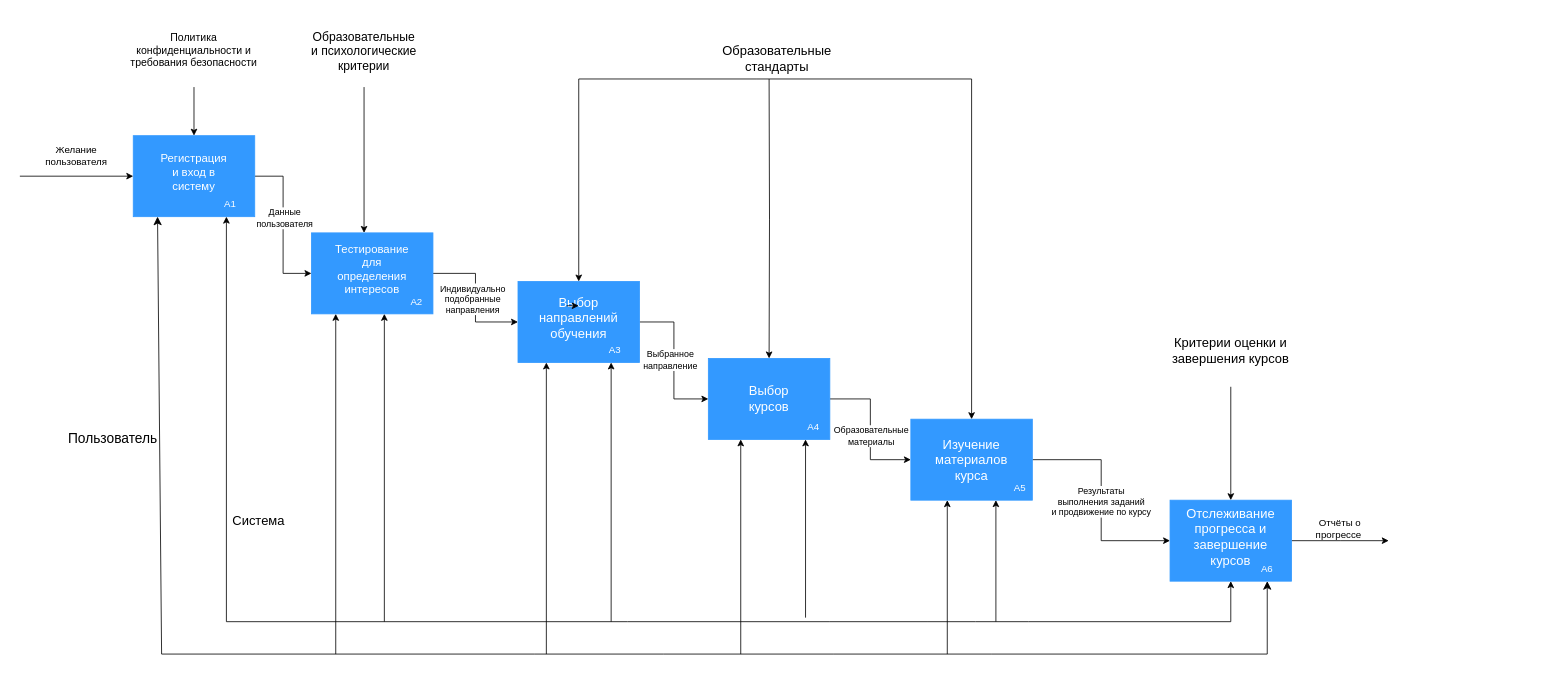
Before: IDEFA0.drawio in JoGustav/MobileApp, a draw.io diagram. Source tidied: cells renumbered, new cells numbered last; positions are measured from the earlier drawing's top-left corner, leaving out a move shared by most shapes. Both pictures are drawn from the tidied source at 81%, with x=0, y=0 at pixel (19, 14).
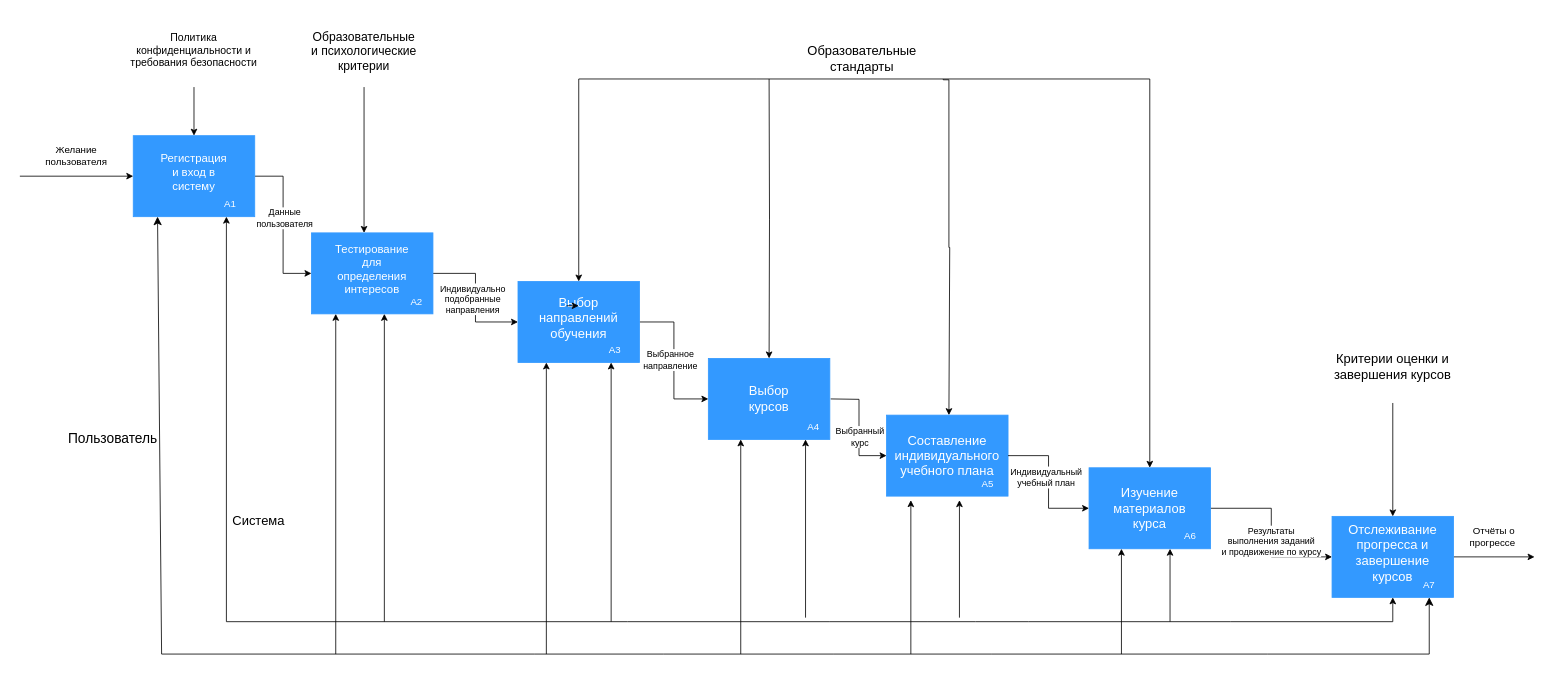
After the change.

Unchanged cells that the change refers to:
```xml
<mxCell id="14" style="rounded=0;whiteSpace=wrap;html=1;strokeColor=#3399FF;fillColor=#3399FF;" parent="1" vertex="1">
  <mxGeometry x="850" y="425" width="150" height="100" as="geometry" />
</mxCell>
<mxCell id="31" style="rounded=0;whiteSpace=wrap;html=1;strokeColor=#3399FF;fillColor=#3399FF;" parent="1" vertex="1">
  <mxGeometry x="615" y="330" width="150" height="100" as="geometry" />
</mxCell>
```

Change to the diagram source:
```diff
@@
-    <mxCell id="12" style="edgeStyle=orthogonalEdgeStyle;rounded=0;jettySize=auto;html=1;exitX=1;exitY=0.5;exitDx=0;exitDy=0;entryX=0;entryY=0.5;entryDx=0;entryDy=0;" parent="1" edge="1" source="14" target="19">
-      <mxGeometry relative="1" as="geometry" />
+    <mxCell id="12" style="edgeStyle=orthogonalEdgeStyle;rounded=0;jettySize=auto;html=1;exitX=1;exitY=0.5;exitDx=0;exitDy=0;entryX=0;entryY=0.5;entryDx=0;entryDy=0;" parent="1" edge="1" target="58">
+      <mxGeometry relative="1" as="geometry">
+        <mxPoint x="1001" y="475" as="sourcePoint" />
+      </mxGeometry>
     </mxCell>
-    <mxCell id="13" value="Образовательные&lt;div&gt;материалы&lt;/div&gt;" style="edgeLabel;html=1;align=center;verticalAlign=middle;" parent="12" vertex="1">
+    <mxCell id="13" value="Выбранный&lt;div&gt;курс&lt;/div&gt;" style="edgeLabel;html=1;align=center;verticalAlign=middle;" parent="12" vertex="1">
       <mxGeometry x="-0.24" y="1" relative="1" as="geometry">
         <mxPoint x="-1" y="28" as="offset" />
       </mxGeometry>
     </mxCell>
@@
-    <mxCell id="19" style="rounded=0;whiteSpace=wrap;html=1;strokeColor=#3399FF;fillColor=#3399FF;" parent="1" vertex="1">
-      <mxGeometry x="1100" y="500" width="150" height="100" as="geometry" />
-    </mxCell>
-    <mxCell id="20" value="&lt;font color=&quot;#ffffff&quot;&gt;A5&lt;/font&gt;" style="text;html=1;align=center;verticalAlign=middle;whiteSpace=wrap;rounded=0;" parent="1" vertex="1">
-      <mxGeometry x="1205" y="570" width="60" height="30" as="geometry" />
-    </mxCell>
-    <mxCell id="21" value="&lt;font style=&quot;font-size: 16px;&quot; color=&quot;#ffffff&quot;&gt;Изучение материалов курса&lt;/font&gt;" style="text;html=1;align=center;verticalAlign=middle;whiteSpace=wrap;rounded=0;" parent="1" vertex="1">
-      <mxGeometry x="1145" y="535" width="60" height="30" as="geometry" />
-    </mxCell>
     <mxCell id="22" style="edgeStyle=orthogonalEdgeStyle;rounded=0;jettySize=auto;html=1;" parent="1" edge="1" source="23">
       <mxGeometry relative="1" as="geometry">
-        <mxPoint x="1690" y="650" as="targetPoint" />
+        <mxPoint x="1870" y="670" as="targetPoint" />
       </mxGeometry>
     </mxCell>
     <mxCell id="23" style="rounded=0;whiteSpace=wrap;html=1;strokeColor=#3399FF;fillColor=#3399FF;" parent="1" vertex="1">
-      <mxGeometry x="1420" y="600" width="150" height="100" as="geometry" />
+      <mxGeometry x="1620" y="620" width="150" height="100" as="geometry" />
     </mxCell>
-    <mxCell id="24" value="&lt;font color=&quot;#ffffff&quot;&gt;A6&lt;/font&gt;" style="text;html=1;align=center;verticalAlign=middle;whiteSpace=wrap;rounded=0;" parent="1" vertex="1">
-      <mxGeometry x="1510" y="670" width="60" height="30" as="geometry" />
+    <mxCell id="24" value="&lt;font color=&quot;#ffffff&quot;&gt;A7&lt;/font&gt;" style="text;html=1;align=center;verticalAlign=middle;whiteSpace=wrap;rounded=0;" parent="1" vertex="1">
+      <mxGeometry x="1710" y="690" width="60" height="30" as="geometry" />
     </mxCell>
     <mxCell id="25" value="&lt;font style=&quot;font-size: 16px;&quot; color=&quot;#ffffff&quot;&gt;Отслеживание&lt;/font&gt;&lt;div style=&quot;font-size: 16px;&quot;&gt;&lt;font style=&quot;font-size: 16px;&quot; color=&quot;#ffffff&quot;&gt;прогресса и завершение курсов&lt;/font&gt;&lt;/div&gt;" style="text;html=1;align=center;verticalAlign=middle;whiteSpace=wrap;rounded=0;" parent="1" vertex="1">
-      <mxGeometry x="1465" y="630" width="60" height="30" as="geometry" />
+      <mxGeometry x="1665" y="650" width="60" height="30" as="geometry" />
     </mxCell>
@@
     <mxCell id="34" style="edgeStyle=none;jettySize=auto;html=1;endArrow=classic;startArrow=classic;endSize=8;startSize=8;rounded=0;exitX=0.5;exitY=1;exitDx=0;exitDy=0;entryX=0.5;entryY=1;entryDx=0;entryDy=0;" parent="1" edge="1" target="24">
       <mxGeometry relative="1" as="geometry">
         <mxPoint x="170" y="250" as="sourcePoint" />
         <Array as="points">
           <mxPoint x="175" y="790" />
           <mxPoint x="635" y="790" />
           <mxPoint x="795" y="790" />
           <mxPoint x="1005" y="790" />
           <mxPoint x="1200" y="790" />
           <mxPoint x="1540" y="790" />
+          <mxPoint x="1740" y="790" />
         </Array>
       </mxGeometry>
     </mxCell>
     <mxCell id="35" style="endArrow=classic;startArrow=classic;html=1;rounded=0;exitX=0.5;exitY=1;exitDx=0;exitDy=0;" parent="1" edge="1" source="23">
       <mxGeometry relative="1" as="geometry">
         <mxPoint x="255" y="250" as="targetPoint" />
         <Array as="points">
+          <mxPoint x="1695" y="750" />
           <mxPoint x="1495" y="750" />
           <mxPoint x="1245" y="750" />
           <mxPoint x="1180" y="750" />
           <mxPoint x="1120" y="750" />
           <mxPoint x="1000" y="750" />
           <mxPoint x="750" y="750" />
           <mxPoint x="255" y="750" />
         </Array>
       </mxGeometry>
     </mxCell>
     <mxCell id="36" style="endArrow=classic;startArrow=classic;html=1;rounded=0;exitX=0.5;exitY=0;exitDx=0;exitDy=0;entryX=0.5;entryY=0;entryDx=0;entryDy=0;" parent="1" edge="1" source="31" target="19">
       <mxGeometry relative="1" as="geometry">
         <Array as="points">
           <mxPoint x="690" y="80" />
           <mxPoint x="910" y="80" />
-          <mxPoint x="1175" y="80" />
+          <mxPoint x="1395" y="80" />
         </Array>
       </mxGeometry>
     </mxCell>
@@
     <mxCell id="38" value="&lt;font style=&quot;font-size: 16px;&quot;&gt;Образовательные&lt;/font&gt;&lt;div style=&quot;font-size: 16px;&quot;&gt;&lt;font style=&quot;font-size: 16px;&quot;&gt;стандарты&lt;/font&gt;&lt;/div&gt;" style="text;html=1;align=center;verticalAlign=middle;whiteSpace=wrap;rounded=0;" parent="1" vertex="1">
-      <mxGeometry x="850" y="10" width="170" height="90" as="geometry" />
+      <mxGeometry x="955" y="10" width="170" height="90" as="geometry" />
     </mxCell>
@@
-    <mxCell id="45" style="endArrow=classic;html=1;rounded=0;entryX=0;entryY=1;entryDx=0;entryDy=0;" parent="1" edge="1" target="20">
+    <mxCell id="45" style="endArrow=classic;html=1;rounded=0;" parent="1" edge="1">
       <mxGeometry relative="1" as="geometry">
-        <mxPoint x="1205" y="750" as="sourcePoint" />
+        <mxPoint x="1160" y="745" as="sourcePoint" />
+        <mxPoint x="1160" y="600" as="targetPoint" />
       </mxGeometry>
     </mxCell>
-    <mxCell id="46" style="endArrow=classic;html=1;rounded=0;entryX=0.5;entryY=1;entryDx=0;entryDy=0;" parent="1" edge="1">
+    <mxCell id="46" style="endArrow=classic;html=1;rounded=0;" parent="1" edge="1">
       <mxGeometry relative="1" as="geometry">
-        <mxPoint x="1145" y="790" as="sourcePoint" />
-        <mxPoint x="1145" y="600" as="targetPoint" />
+        <mxPoint x="1100" y="790" as="sourcePoint" />
+        <mxPoint x="1100" y="600" as="targetPoint" />
       </mxGeometry>
     </mxCell>
@@
     <mxCell id="52" value="Отчёты о прогрессе&amp;nbsp;" style="text;html=1;align=center;verticalAlign=middle;whiteSpace=wrap;rounded=0;" parent="1" vertex="1">
-      <mxGeometry x="1600" y="620" width="60" height="30" as="geometry" />
+      <mxGeometry x="1790" y="630" width="60" height="30" as="geometry" />
     </mxCell>
@@
     <mxCell id="55" value="&lt;span style=&quot;font-size: 16px;&quot;&gt;Критерии оценки и завершения курсов&lt;/span&gt;" style="text;html=1;align=center;verticalAlign=middle;whiteSpace=wrap;rounded=0;" parent="1" vertex="1">
-      <mxGeometry x="1410" y="370" width="170" height="90" as="geometry" />
+      <mxGeometry x="1610" y="390" width="170" height="90" as="geometry" />
     </mxCell>
+    <mxCell id="56" style="group;" parent="1" vertex="1">
+      <mxGeometry x="1320" y="560" width="155" height="100" as="geometry" />
+    </mxCell>
+    <mxCell id="19" style="rounded=0;whiteSpace=wrap;html=1;strokeColor=#3399FF;fillColor=#3399FF;" parent="56" vertex="1">
+      <mxGeometry width="150" height="100" as="geometry" />
+    </mxCell>
+    <mxCell id="20" value="&lt;font color=&quot;#ffffff&quot;&gt;A6&lt;/font&gt;" style="text;html=1;align=center;verticalAlign=middle;whiteSpace=wrap;rounded=0;" parent="56" vertex="1">
+      <mxGeometry x="95" y="70" width="60" height="30" as="geometry" />
+    </mxCell>
+    <mxCell id="21" value="&lt;font style=&quot;font-size: 16px;&quot; color=&quot;#ffffff&quot;&gt;Изучение материалов курса&lt;/font&gt;" style="text;html=1;align=center;verticalAlign=middle;whiteSpace=wrap;rounded=0;" parent="56" vertex="1">
+      <mxGeometry x="45" y="35" width="60" height="30" as="geometry" />
+    </mxCell>
+    <mxCell id="57" style="group;" parent="1" vertex="1">
+      <mxGeometry x="1070" y="495" width="155" height="100" as="geometry" />
+    </mxCell>
+    <mxCell id="58" style="rounded=0;whiteSpace=wrap;html=1;strokeColor=#3399FF;fillColor=#3399FF;" parent="57" vertex="1">
+      <mxGeometry width="150" height="100" as="geometry" />
+    </mxCell>
+    <mxCell id="59" value="&lt;font color=&quot;#ffffff&quot;&gt;A5&lt;/font&gt;" style="text;html=1;align=center;verticalAlign=middle;whiteSpace=wrap;rounded=0;" parent="57" vertex="1">
+      <mxGeometry x="95" y="70" width="60" height="30" as="geometry" />
+    </mxCell>
+    <mxCell id="60" value="&lt;font color=&quot;#ffffff&quot;&gt;&lt;span style=&quot;font-size: 16px;&quot;&gt;Составление&lt;/span&gt;&lt;/font&gt;&lt;div&gt;&lt;font color=&quot;#ffffff&quot;&gt;&lt;span style=&quot;font-size: 16px;&quot;&gt;индивидуального&lt;/span&gt;&lt;/font&gt;&lt;/div&gt;&lt;div&gt;&lt;font color=&quot;#ffffff&quot;&gt;&lt;span style=&quot;font-size: 16px;&quot;&gt;учебного плана&lt;/span&gt;&lt;/font&gt;&lt;/div&gt;" style="text;html=1;align=center;verticalAlign=middle;whiteSpace=wrap;rounded=0;" parent="57" vertex="1">
+      <mxGeometry x="45" y="35" width="60" height="30" as="geometry" />
+    </mxCell>
+    <mxCell id="61" style="edgeStyle=orthogonalEdgeStyle;rounded=0;jettySize=auto;html=1;exitX=1;exitY=0.5;exitDx=0;exitDy=0;entryX=0;entryY=0.5;entryDx=0;entryDy=0;" parent="1" edge="1" source="58" target="19">
+      <mxGeometry relative="1" as="geometry" />
+    </mxCell>
+    <mxCell id="62" value="Индивидуальный&lt;div&gt;учебный план&lt;/div&gt;" style="edgeLabel;html=1;align=center;verticalAlign=middle;" parent="61" vertex="1">
+      <mxGeometry x="-0.08" y="-4" relative="1" as="geometry" />
+    </mxCell>
+    <mxCell id="63" style="endArrow=classic;html=1;rounded=0;" parent="1" edge="1">
+      <mxGeometry relative="1" as="geometry">
+        <mxPoint x="1420" y="750" as="sourcePoint" />
+        <mxPoint x="1420" y="660" as="targetPoint" />
+      </mxGeometry>
+    </mxCell>
+    <mxCell id="64" style="endArrow=classic;html=1;rounded=0;" parent="1" edge="1">
+      <mxGeometry relative="1" as="geometry">
+        <mxPoint x="1360" y="790" as="sourcePoint" />
+        <mxPoint x="1360" y="660" as="targetPoint" />
+      </mxGeometry>
+    </mxCell>
+    <mxCell id="65" style="edgeStyle=orthogonalEdgeStyle;rounded=0;orthogonalLoop=1;jettySize=auto;html=1;entryX=0.5;entryY=0;entryDx=0;entryDy=0;" parent="1" edge="1">
+      <mxGeometry relative="1" as="geometry">
+        <mxPoint x="1140" y="80" as="sourcePoint" />
+        <mxPoint x="1147" y="495" as="targetPoint" />
+        <Array as="points">
+          <mxPoint x="1140" y="81" />
+          <mxPoint x="1147" y="81" />
+          <mxPoint x="1147" y="288" />
+          <mxPoint x="1148" y="288" />
+        </Array>
+      </mxGeometry>
+    </mxCell>
```
